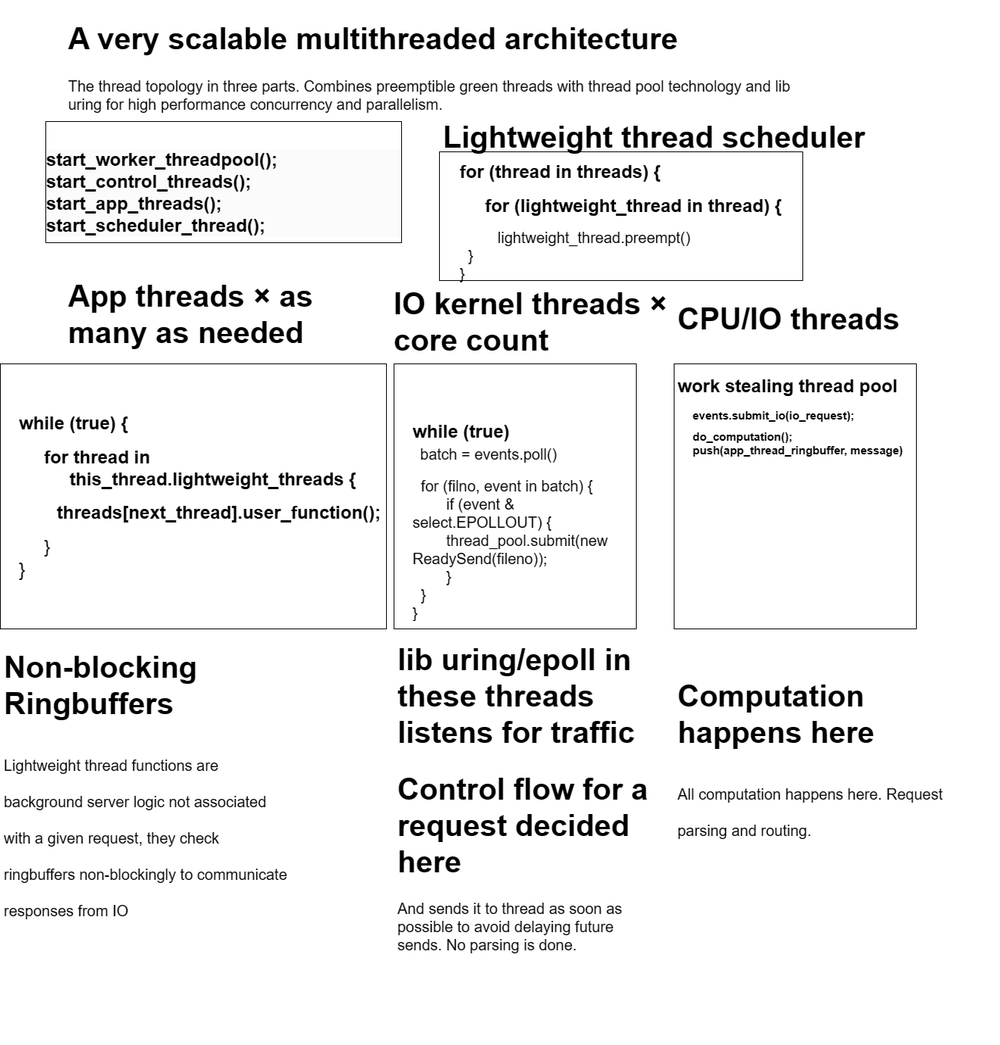
samsquire/three-tier-multithreaded-architecture keeps this draw.io diagram as NonblockingRuntime.drawio.png. Above is the earlier version. Source tidied: cells renumbered, new cells last; positions are measured from the earlier drawing's top-left corner, leaving out a move shared by most shapes.
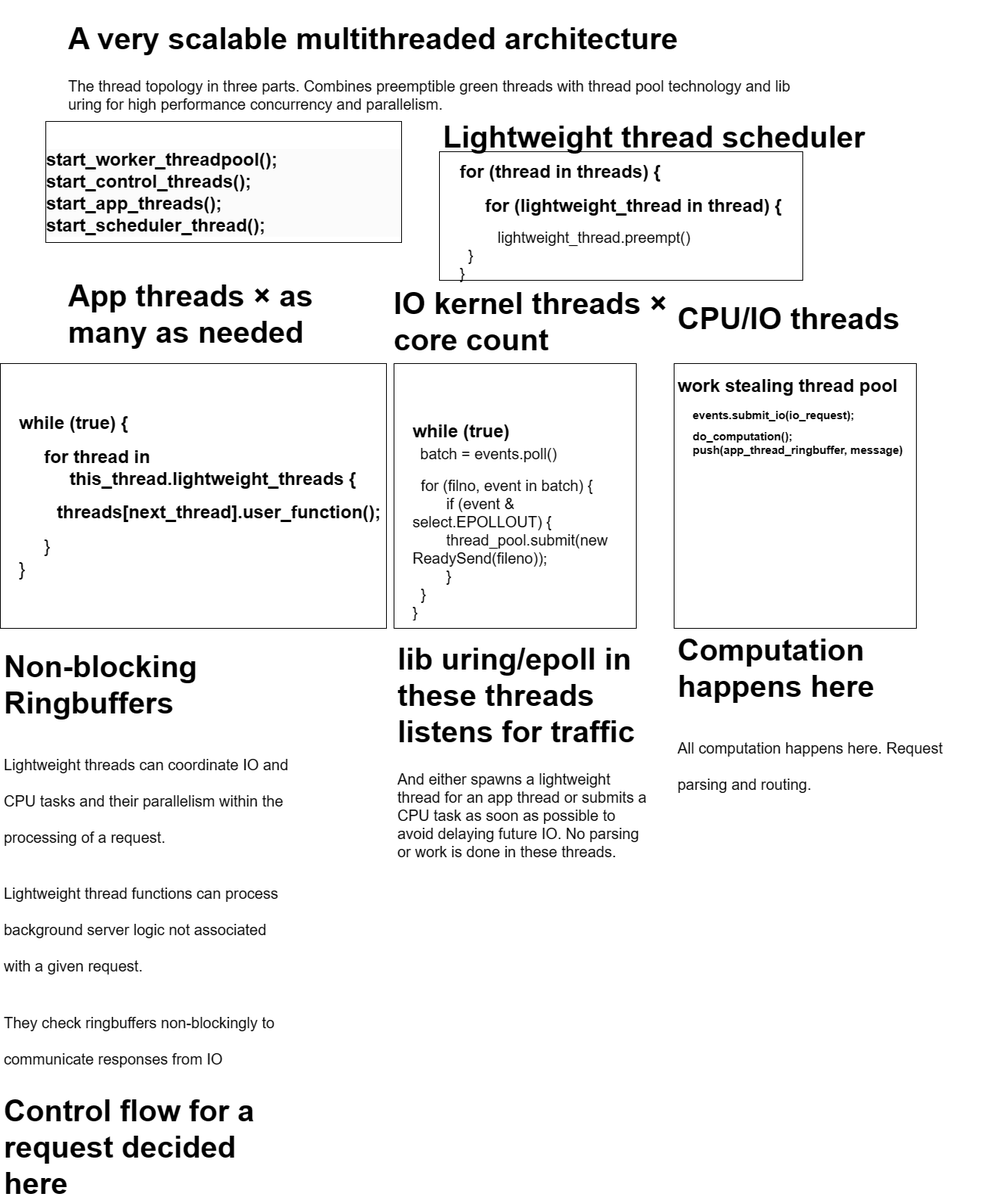
The same diagram one commit later.

What changed in the source:
```diff
@@ -32,14 +32,14 @@
     <mxCell id="11" value="&lt;h1&gt;A very scalable multithreaded architecture&amp;nbsp;&lt;/h1&gt;&lt;p&gt;The thread topology in three parts. Combines preemptible green threads with thread pool technology and lib uring for high performance concurrency and parallelism.&lt;/p&gt;" style="text;html=1;strokeColor=none;fillColor=none;spacing=5;spacingTop=-20;whiteSpace=wrap;overflow=hidden;rounded=0;fontSize=20;" parent="1" vertex="1">
       <mxGeometry x="85" width="985" height="200" as="geometry" />
     </mxCell>
-    <mxCell id="12" value="&lt;h1&gt;&lt;span style=&quot;background-color: initial;&quot;&gt;Non-blocking Ringbuffers&lt;/span&gt;&lt;/h1&gt;&lt;h1&gt;&lt;span style=&quot;background-color: initial; font-size: 20px; font-weight: normal;&quot;&gt;Lightweight thread functions are background server logic not associated with a given request, they check ringbuffers non-blockingly to communicate responses from IO&lt;/span&gt;&lt;br&gt;&lt;/h1&gt;" style="text;html=1;strokeColor=none;fillColor=none;spacing=5;spacingTop=-20;whiteSpace=wrap;overflow=hidden;rounded=0;fontSize=20;" parent="1" vertex="1">
-      <mxGeometry y="830" width="390" height="540" as="geometry" />
+    <mxCell id="12" value="&lt;h1&gt;&lt;span style=&quot;background-color: initial;&quot;&gt;Non-blocking Ringbuffers&lt;/span&gt;&lt;/h1&gt;&lt;h1&gt;&lt;span style=&quot;background-color: initial; font-size: 20px; font-weight: normal;&quot;&gt;Lightweight threads can coordinate IO and CPU tasks and their parallelism within the processing of a request.&lt;/span&gt;&lt;/h1&gt;&lt;h1&gt;&lt;span style=&quot;background-color: initial; font-size: 20px; font-weight: normal;&quot;&gt;Lightweight thread functions can process background server logic not associated with a given request.&lt;/span&gt;&lt;/h1&gt;&lt;h1&gt;&lt;span style=&quot;background-color: initial; font-size: 20px; font-weight: normal;&quot;&gt;They check ringbuffers non-blockingly to communicate responses from IO&lt;br&gt;&lt;/span&gt;&lt;/h1&gt;&lt;h1 style=&quot;border-color: var(--border-color);&quot;&gt;Control flow for a request&amp;nbsp;decided here&lt;/h1&gt;" style="text;html=1;strokeColor=none;fillColor=none;spacing=5;spacingTop=-20;whiteSpace=wrap;overflow=hidden;rounded=0;fontSize=20;" parent="1" vertex="1">
+      <mxGeometry y="830" width="390" height="750" as="geometry" />
     </mxCell>
-    <mxCell id="13" value="&lt;h1&gt;lib uring/epoll in these threads listens for traffic&lt;br&gt;&lt;/h1&gt;&lt;h1 style=&quot;border-color: var(--border-color);&quot;&gt;Control flow for a request&amp;nbsp;decided here&lt;/h1&gt;&lt;div&gt;And sends it to thread as soon as possible to avoid delaying future sends. No parsing is done.&lt;/div&gt;" style="text;html=1;strokeColor=none;fillColor=none;spacing=5;spacingTop=-20;whiteSpace=wrap;overflow=hidden;rounded=0;fontSize=20;" parent="1" vertex="1">
+    <mxCell id="13" value="&lt;h1&gt;lib uring/epoll in these threads listens for traffic&lt;/h1&gt;&lt;div&gt;And either spawns a lightweight thread for an app thread or submits a CPU task as soon as possible to avoid delaying future IO. No parsing or work is done in these threads.&lt;/div&gt;" style="text;html=1;strokeColor=none;fillColor=none;spacing=5;spacingTop=-20;whiteSpace=wrap;overflow=hidden;rounded=0;fontSize=20;" parent="1" vertex="1">
       <mxGeometry x="520" y="820" width="340" height="540" as="geometry" />
     </mxCell>
     <mxCell id="14" value="&lt;h1&gt;&lt;span style=&quot;background-color: initial;&quot;&gt;&lt;br&gt;&lt;/span&gt;Computation happens here&lt;/h1&gt;&lt;h1&gt;&lt;span style=&quot;background-color: initial; font-size: 20px; font-weight: normal;&quot;&gt;All computation happens here. Request parsing and routing.&amp;nbsp;&lt;/span&gt;&lt;br&gt;&lt;/h1&gt;" style="text;html=1;strokeColor=none;fillColor=none;spacing=5;spacingTop=-20;whiteSpace=wrap;overflow=hidden;rounded=0;fontSize=20;" parent="1" vertex="1">
-      <mxGeometry x="890" y="820" width="390" height="540" as="geometry" />
+      <mxGeometry x="890" y="760" width="390" height="550" as="geometry" />
     </mxCell>
     <mxCell id="15" value="&lt;font style=&quot;font-size: 24px;&quot;&gt;&lt;br&gt;&lt;/font&gt;&lt;h1 style=&quot;border-color: var(--border-color); color: rgb(0, 0, 0); font-family: Helvetica; font-style: normal; font-variant-ligatures: normal; font-variant-caps: normal; letter-spacing: normal; orphans: 2; text-align: left; text-indent: 0px; text-transform: none; widows: 2; word-spacing: 0px; -webkit-text-stroke-width: 0px; background-color: rgb(251, 251, 251); text-decoration-thickness: initial; text-decoration-style: initial; text-decoration-color: initial;&quot;&gt;&lt;span style=&quot;border-color: var(--border-color); background-color: initial;&quot;&gt;&lt;font style=&quot;font-size: 24px;&quot;&gt;start_worker_threadpool();&lt;br style=&quot;border-color: var(--border-color);&quot;&gt;start_control_threads(); start_app_threads();&lt;br&gt;&lt;/font&gt;&lt;/span&gt;&lt;b style=&quot;background-color: initial;&quot;&gt;start_scheduler_thread();&lt;/b&gt;&lt;/h1&gt;" style="rounded=0;whiteSpace=wrap;html=1;" parent="1" vertex="1">
       <mxGeometry x="60" y="150" width="470" height="160" as="geometry" />
```
